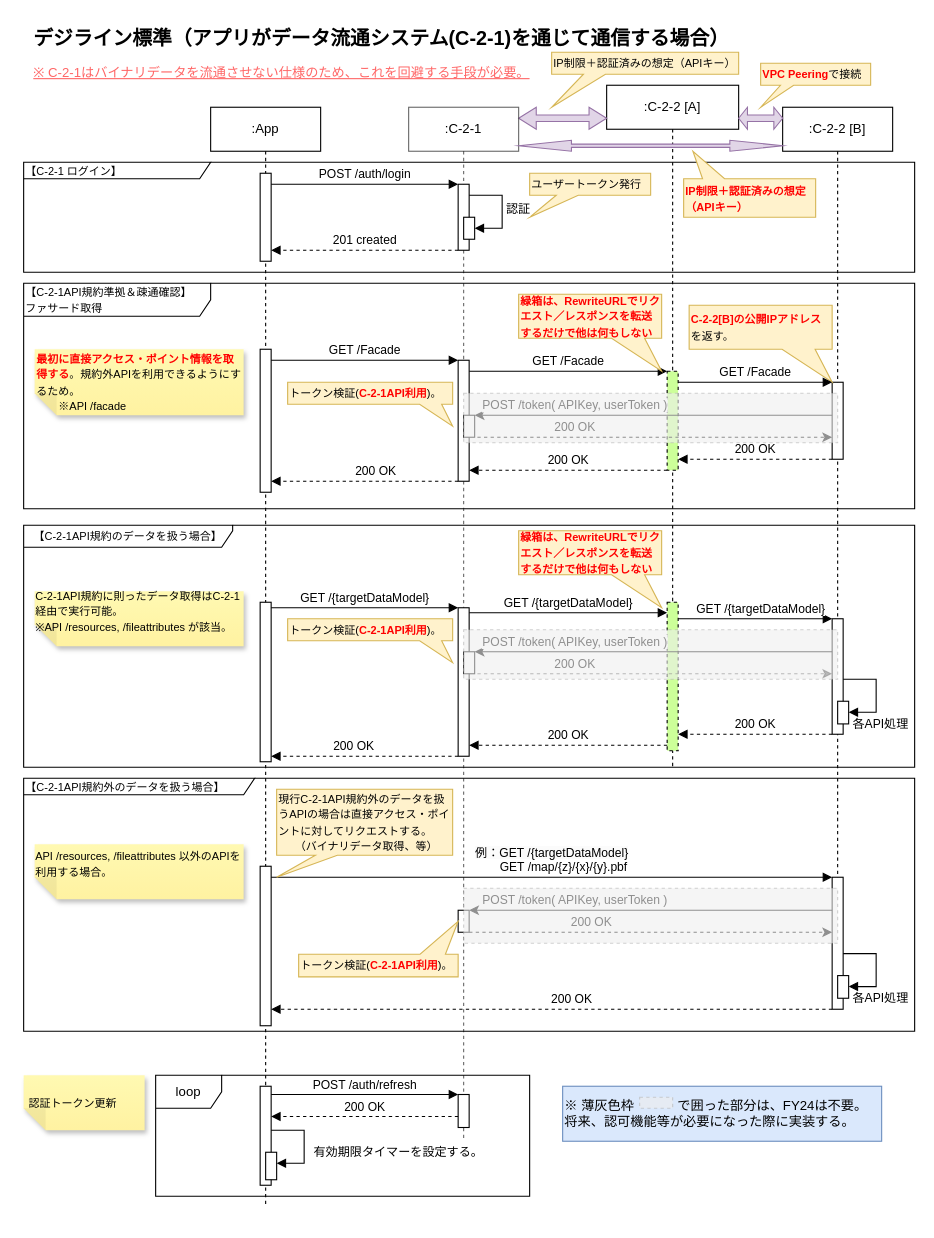
The draw.io diagram page "C-2-1経由時のシーケンス" (1 of 7) of models/c-2-2-api-sequences.drawio in Sportacandy/C-2-2API, before the edit. Source tidied: cells renumbered, new cells numbered last; positions are measured from the earlier drawing's top-left corner, leaving out a move shared by most shapes. Both pictures are drawn from the tidied source at 110%, with x=0, y=0 at pixel (23, 19).
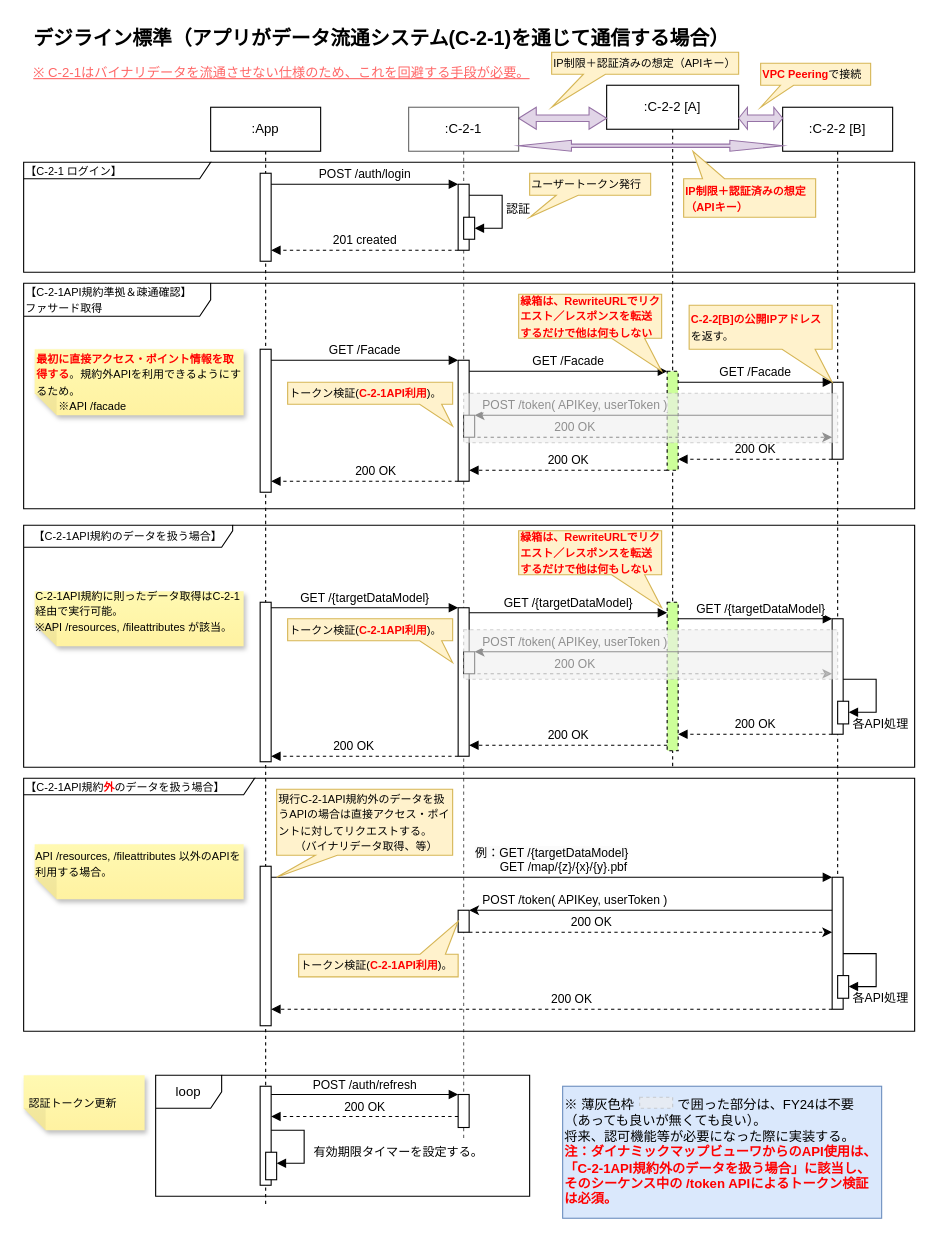
Above is the later version.

Unchanged cells that the change refers to:
```xml
<mxCell id="43" value=":C-2-1" style="shape=umlLifeline;perimeter=lifelinePerimeter;whiteSpace=wrap;html=1;newEdgeStyle={&quot;edgeStyle&quot;:&quot;elbowEdgeStyle&quot;,&quot;elbow&quot;:&quot;vertical&quot;,&quot;curved&quot;:0,&quot;rounded&quot;:0};opacity=60;" parent="1" vertex="1">
  <mxGeometry x="350" y="80" width="100" height="940" as="geometry" />
</mxCell>
```

Change to the diagram source:
```diff
@@
-    <mxCell id="72" value="&lt;div style=&quot;&quot;&gt;&lt;span style=&quot;font-size: 10px; background-color: initial;&quot;&gt;【C-2-1API規約外のデータを扱う場合】&lt;/span&gt;&lt;/div&gt;" style="shape=umlFrame;whiteSpace=wrap;html=1;width=210;height=15;shadow=0;align=left;" parent="43" vertex="1">
+    <mxCell id="72" value="&lt;div style=&quot;&quot;&gt;&lt;span style=&quot;font-size: 10px; background-color: initial;&quot;&gt;【C-2-1API規約&lt;b&gt;&lt;font color=&quot;#ff0000&quot;&gt;外&lt;/font&gt;&lt;/b&gt;のデータを扱う場合】&lt;/span&gt;&lt;/div&gt;" style="shape=umlFrame;whiteSpace=wrap;html=1;width=210;height=15;shadow=0;align=left;" parent="43" vertex="1">
       <mxGeometry x="-350" y="610" width="810" height="230" as="geometry" />
     </mxCell>
@@
-    <mxCell id="86" value="&lt;span style=&quot;background-color: initial;&quot;&gt;※ 薄灰色枠　　　 で囲った部分は、FY24は不要。&amp;nbsp;&lt;/span&gt;&lt;div&gt;&lt;span style=&quot;background-color: initial;&quot;&gt;将来、認可機能等が必要になった際に実装する。&lt;/span&gt;&lt;/div&gt;" style="html=1;whiteSpace=wrap;fillColor=#dae8fc;strokeColor=#6c8ebf;align=left;" parent="1" vertex="1">
-      <mxGeometry x="490" y="970" width="290" height="50" as="geometry" />
+    <mxCell id="86" value="&lt;span style=&quot;background-color: initial;&quot;&gt;※ 薄灰色枠　　　 で囲った部分は、FY24は不要&lt;br&gt;（あっても良いが無くても良い）。&amp;nbsp;&lt;/span&gt;&lt;div&gt;&lt;span style=&quot;background-color: initial;&quot;&gt;将来、認可機能等が必要になった際に実装する。&lt;br&gt;&lt;b&gt;&lt;font color=&quot;#ff0000&quot;&gt;注：ダイナミックマップビューワからのAPI使用は、「C-2-1API規約外のデータを扱う場合」に該当し、そのシーケンス中の /token APIによるトークン検証は必須。&lt;/font&gt;&lt;/b&gt;&lt;/span&gt;&lt;/div&gt;" style="html=1;whiteSpace=wrap;fillColor=#dae8fc;strokeColor=#6c8ebf;align=left;" parent="1" vertex="1">
+      <mxGeometry x="490" y="970" width="290" height="120" as="geometry" />
     </mxCell>
@@
-    <mxCell id="89" style="html=1;whiteSpace=wrap;fillColor=#eeeeee;strokeColor=#B3B3B3;align=left;dashed=1;opacity=60;" parent="1" vertex="1">
-      <mxGeometry x="400" y="790" width="340" height="50" as="geometry" />
-    </mxCell>
```
